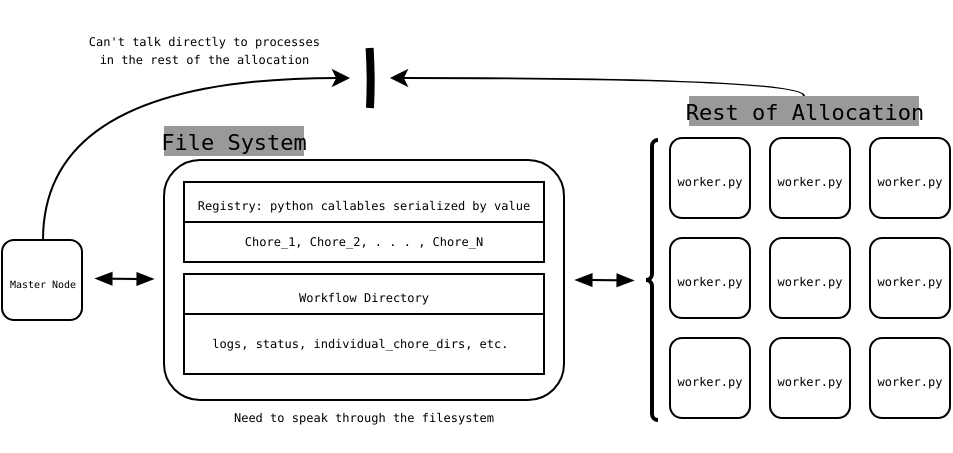
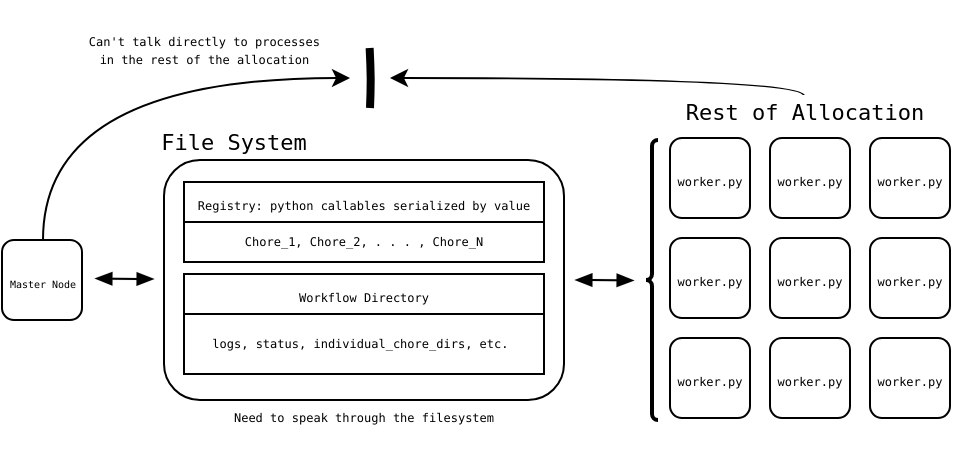
<mxfile host="app.diagrams.net">
  <diagram name="Page-1" id="srKzzdfPfRxAWec0XrL1">
-     <mxGraphModel dx="679" dy="460" grid="1" gridSize="10" guides="1" tooltips="1" connect="1" arrows="1" fold="1" page="1" pageScale="1" pageWidth="850" pageHeight="1100" background="light-dark(#FFFFFF,#FFFFFF)" math="0" shadow="0">
+     <mxGraphModel dx="764" dy="518" grid="1" gridSize="10" guides="1" tooltips="1" connect="1" arrows="1" fold="1" page="1" pageScale="1" pageWidth="850" pageHeight="1100" background="light-dark(#FFFFFF,#FFFFFF)" math="0" shadow="0">
      <root>
        <mxCell id="0" />
        <mxCell id="1" parent="0" />
        <mxCell id="Becst2LBTz6YNq2Ue2FC-52" parent="1" style="rounded=1;whiteSpace=wrap;html=1;fillColor=light-dark(#FFFFFF,#FFFFFF);strokeColor=light-dark(#000000,#1A1A1A);" value="" vertex="1">
          <mxGeometry height="120" width="200" x="267" y="501" as="geometry" />
        </mxCell>
        <mxCell id="Becst2LBTz6YNq2Ue2FC-56" parent="1" style="rounded=1;whiteSpace=wrap;html=1;fillColor=light-dark(#FFFFFF,#FFFFFF);strokeColor=light-dark(#000000,#1A1A1A);" value="" vertex="1">
          <mxGeometry height="40" width="40" x="186" y="541" as="geometry" />
        </mxCell>
-         <mxCell id="Becst2LBTz6YNq2Ue2FC-60" edge="1" parent="1" style="endArrow=none;html=1;rounded=1;strokeColor=light-dark(#000000,#FF3333);strokeWidth=4;edgeStyle=orthogonalEdgeStyle;curved=0;" value="">
+         <mxCell id="Becst2LBTz6YNq2Ue2FC-60" edge="1" parent="1" style="endArrow=none;html=1;rounded=1;strokeColor=light-dark(#000000,#000000);strokeWidth=4;edgeStyle=orthogonalEdgeStyle;curved=0;" value="">
          <mxGeometry height="50" relative="1" width="50" as="geometry">
            <mxPoint x="370" y="475" as="sourcePoint" />
            <mxPoint x="369.82000000000005" y="445" as="targetPoint" />
          </mxGeometry>
        </mxCell>
-         <mxCell id="Becst2LBTz6YNq2Ue2FC-72" edge="1" parent="1" style="shape=flexArrow;endArrow=classic;startArrow=classic;html=1;rounded=0;strokeColor=light-dark(#000000,#00CC00);width=1;startSize=3;startWidth=6;endWidth=6;endSize=3;fillColor=light-dark(#000000,#00CC00);strokeWidth=0;" value="">
+         <mxCell id="Becst2LBTz6YNq2Ue2FC-72" edge="1" parent="1" style="shape=flexArrow;endArrow=classic;startArrow=classic;html=1;rounded=0;strokeColor=light-dark(#000000,#000000);width=1;startSize=3;startWidth=6;endWidth=6;endSize=3;fillColor=light-dark(#000000,#000000);strokeWidth=0;" value="">
          <mxGeometry height="100" relative="1" width="100" as="geometry">
            <mxPoint x="472" y="560.7299999999999" as="sourcePoint" />
            <mxPoint x="502" y="561" as="targetPoint" />
          </mxGeometry>
        </mxCell>
        <mxCell id="Becst2LBTz6YNq2Ue2FC-74" parent="1" style="verticalLabelPosition=bottom;shadow=0;dashed=0;align=center;html=1;verticalAlign=top;strokeWidth=2;shape=mxgraph.mockup.markup.curlyBrace;whiteSpace=wrap;strokeColor=light-dark(#000000,#1A1A1A);rotation=-90;" value="" vertex="1">
          <mxGeometry height="6" width="140" x="441" y="558" as="geometry" />
        </mxCell>
-         <mxCell id="Becst2LBTz6YNq2Ue2FC-75" edge="1" parent="1" style="shape=flexArrow;endArrow=classic;startArrow=classic;html=1;rounded=0;strokeColor=light-dark(#000000,#00CC00);width=1;startSize=3;startWidth=6;endWidth=6;endSize=3;fillColor=light-dark(#000000,#00CC00);strokeWidth=0;" value="">
+         <mxCell id="Becst2LBTz6YNq2Ue2FC-75" edge="1" parent="1" style="shape=flexArrow;endArrow=classic;startArrow=classic;html=1;rounded=0;strokeColor=light-dark(#000000,#000000);width=1;startSize=3;startWidth=6;endWidth=6;endSize=3;fillColor=light-dark(#000000,#000000);strokeWidth=0;" value="">
          <mxGeometry height="100" relative="1" width="100" as="geometry">
            <mxPoint x="232" y="560" as="sourcePoint" />
            <mxPoint x="262" y="560.2700000000001" as="targetPoint" />
          </mxGeometry>
        </mxCell>
-         <mxCell id="Becst2LBTz6YNq2Ue2FC-78" parent="1" style="text;html=1;whiteSpace=wrap;strokeColor=none;fillColor=light-dark(#999999,transparent);align=center;verticalAlign=middle;rounded=0;" value="&lt;pre&gt;&lt;font style=&quot;color: light-dark(rgb(0, 0, 0), rgb(0, 0, 0)); font-size: 11px;&quot;&gt;File System&lt;/font&gt;&lt;/pre&gt;" vertex="1">
+         <mxCell id="Becst2LBTz6YNq2Ue2FC-78" parent="1" style="text;html=1;whiteSpace=wrap;strokeColor=none;fillColor=light-dark(#FFFFFF,#FFFFFF);align=center;verticalAlign=middle;rounded=0;" value="&lt;pre&gt;&lt;font style=&quot;color: light-dark(rgb(0, 0, 0), rgb(0, 0, 0)); font-size: 11px;&quot;&gt;File System&lt;/font&gt;&lt;/pre&gt;" vertex="1">
          <mxGeometry height="15" width="70" x="267" y="484" as="geometry" />
        </mxCell>
        <mxCell id="Becst2LBTz6YNq2Ue2FC-85" parent="1" style="swimlane;fontStyle=0;childLayout=stackLayout;horizontal=1;startSize=20;horizontalStack=0;resizeParent=1;resizeParentMax=0;resizeLast=0;collapsible=1;marginBottom=0;whiteSpace=wrap;html=1;fillColor=light-dark(#FFFFFF,#FFFFFF);strokeColor=light-dark(#000000,#000000);align=center;" value="&lt;pre&gt;&lt;font style=&quot;color: light-dark(rgb(0, 0, 0), rgb(0, 0, 0)); line-height: 0%; font-size: 6px;&quot;&gt;Registry: python callables serialized by value&lt;/font&gt;&lt;/pre&gt;" vertex="1">
          <mxGeometry height="40" width="180" x="277" y="512" as="geometry">
            <mxRectangle height="30" width="200" x="375" y="473" as="alternateBounds" />
          </mxGeometry>
        </mxCell>
        <mxCell id="Becst2LBTz6YNq2Ue2FC-93" parent="1" style="swimlane;fontStyle=0;childLayout=stackLayout;horizontal=1;startSize=20;horizontalStack=0;resizeParent=1;resizeParentMax=0;resizeLast=0;collapsible=1;marginBottom=0;whiteSpace=wrap;html=1;fillColor=light-dark(#FFFFFF,#FFFFFF);strokeColor=light-dark(#000000,#000000);align=center;" value="&lt;pre&gt;&lt;font style=&quot;color: light-dark(rgb(0, 0, 0), rgb(0, 0, 0)); font-size: 6px;&quot;&gt;Workflow Directory&lt;/font&gt;&lt;/pre&gt;" vertex="1">
          <mxGeometry height="50" width="180" x="277" y="558" as="geometry">
            <mxRectangle height="30" width="200" x="375" y="473" as="alternateBounds" />
          </mxGeometry>
        </mxCell>
        <mxCell id="Becst2LBTz6YNq2Ue2FC-96" parent="1" style="text;html=1;whiteSpace=wrap;strokeColor=none;fillColor=none;align=center;verticalAlign=middle;rounded=0;textDirection=ltr;" value="&lt;pre&gt;&lt;font style=&quot;color: light-dark(rgb(0, 0, 0), rgb(0, 0, 0)); font-size: 6px;&quot;&gt;logs, status, individual_chore_dirs, etc.&amp;nbsp;&lt;/font&gt;&lt;/pre&gt;" vertex="1">
          <mxGeometry height="30" width="160" x="287" y="576" as="geometry" />
        </mxCell>
        <mxCell id="RORCqpFKiqUQRN4vatp6-34" edge="1" parent="1" source="Becst2LBTz6YNq2Ue2FC-98" style="edgeStyle=orthogonalEdgeStyle;rounded=0;orthogonalLoop=1;jettySize=auto;html=1;exitX=0.5;exitY=0;exitDx=0;exitDy=0;curved=1;strokeColor=light-dark(#000000,#000000);strokeWidth=1;">
          <mxGeometry relative="1" as="geometry">
            <Array as="points">
              <mxPoint x="587" y="460" />
            </Array>
            <mxPoint x="380" y="460" as="targetPoint" />
          </mxGeometry>
        </mxCell>
-         <mxCell id="Becst2LBTz6YNq2Ue2FC-98" parent="1" style="text;html=1;whiteSpace=wrap;strokeColor=none;fillColor=light-dark(#999999,transparent);align=center;verticalAlign=middle;rounded=0;" value="&lt;pre&gt;&lt;font style=&quot;color: light-dark(rgb(0, 0, 0), rgb(0, 0, 0)); font-size: 11px;&quot;&gt;Rest of Allocation&lt;/font&gt;&lt;/pre&gt;" vertex="1">
+         <mxCell id="Becst2LBTz6YNq2Ue2FC-98" parent="1" style="text;html=1;whiteSpace=wrap;strokeColor=light-dark(#FFFFFF,#FFFFFF);fillColor=light-dark(#FFFFFF,#FFFFFF);align=center;verticalAlign=middle;rounded=0;" value="&lt;pre&gt;&lt;font style=&quot;color: light-dark(rgb(0, 0, 0), rgb(0, 0, 0)); font-size: 11px;&quot;&gt;Rest of Allocation&lt;/font&gt;&lt;/pre&gt;" vertex="1">
          <mxGeometry height="15" width="115" x="529.5" y="469" as="geometry" />
        </mxCell>
        <mxCell id="RORCqpFKiqUQRN4vatp6-33" edge="1" parent="1" source="RORCqpFKiqUQRN4vatp6-28" style="edgeStyle=orthogonalEdgeStyle;rounded=0;orthogonalLoop=1;jettySize=auto;html=1;exitX=0.5;exitY=0;exitDx=0;exitDy=0;curved=1;fontColor=light-dark(#000000,#000000);strokeWidth=1;strokeColor=light-dark(#000000,#000000);">
          <mxGeometry relative="1" as="geometry">
            <Array as="points">
              <mxPoint x="207" y="460" />
            </Array>
            <mxPoint x="360" y="460" as="targetPoint" />
          </mxGeometry>
        </mxCell>
        <mxCell id="RORCqpFKiqUQRN4vatp6-28" parent="1" style="text;html=1;whiteSpace=wrap;strokeColor=none;fillColor=none;align=center;verticalAlign=middle;rounded=0;labelPosition=center;verticalLabelPosition=middle;" value="&lt;pre style=&quot;line-height: 100%;&quot;&gt;&lt;font style=&quot;color: light-dark(rgb(0, 0, 0), rgb(0, 0, 0)); line-height: 0%; font-size: 5px;&quot;&gt;Master Node&lt;/font&gt;&lt;/pre&gt;" vertex="1">
          <mxGeometry height="38" width="39" x="187" y="541" as="geometry" />
        </mxCell>
        <mxCell id="RORCqpFKiqUQRN4vatp6-29" connectable="0" parent="1" style="group" value="" vertex="1">
          <mxGeometry height="140" width="140" x="520" y="490" as="geometry" />
-         </mxCell>
-         <mxCell id="RORCqpFKiqUQRN4vatp6-5" connectable="0" parent="RORCqpFKiqUQRN4vatp6-29" style="group" value="" vertex="1">
-           <mxGeometry height="40" width="40" as="geometry" />
-         </mxCell>
-         <mxCell id="RORCqpFKiqUQRN4vatp6-1" parent="RORCqpFKiqUQRN4vatp6-5" style="rounded=1;whiteSpace=wrap;html=1;fillColor=light-dark(#FFFFFF,#FFFFFF);strokeColor=light-dark(#000000,#1A1A1A);" value="" vertex="1">
-           <mxGeometry height="40" width="40" as="geometry" />
-         </mxCell>
-         <mxCell id="RORCqpFKiqUQRN4vatp6-2" parent="RORCqpFKiqUQRN4vatp6-5" style="text;html=1;whiteSpace=wrap;strokeColor=none;fillColor=none;align=center;verticalAlign=middle;rounded=0;" value="&lt;pre style=&quot;line-height: 0%;&quot;&gt;&lt;font style=&quot;font-size: 6px;&quot;&gt;worker.py&lt;/font&gt;&lt;/pre&gt;" vertex="1">
-           <mxGeometry height="40" width="40" as="geometry" />
        </mxCell>
        <mxCell id="RORCqpFKiqUQRN4vatp6-6" connectable="0" parent="RORCqpFKiqUQRN4vatp6-29" style="group" value="" vertex="1">
          <mxGeometry height="40" width="40" x="50" as="geometry" />
        </mxCell>
        <mxCell id="RORCqpFKiqUQRN4vatp6-3" parent="RORCqpFKiqUQRN4vatp6-6" style="rounded=1;whiteSpace=wrap;html=1;fillColor=light-dark(#FFFFFF,#FFFFFF);strokeColor=light-dark(#000000,#1A1A1A);" value="" vertex="1">
          <mxGeometry height="40" width="40" as="geometry" />
        </mxCell>
        <mxCell id="RORCqpFKiqUQRN4vatp6-4" parent="RORCqpFKiqUQRN4vatp6-6" style="text;html=1;whiteSpace=wrap;strokeColor=none;fillColor=none;align=center;verticalAlign=middle;rounded=0;" value="&lt;pre style=&quot;line-height: 0%;&quot;&gt;&lt;font style=&quot;color: light-dark(rgb(0, 0, 0), rgb(0, 0, 0)); font-size: 6px;&quot;&gt;worker.py&lt;/font&gt;&lt;/pre&gt;" vertex="1">
          <mxGeometry height="40" width="40" as="geometry" />
        </mxCell>
        <mxCell id="RORCqpFKiqUQRN4vatp6-7" connectable="0" parent="RORCqpFKiqUQRN4vatp6-29" style="group" value="" vertex="1">
          <mxGeometry height="40" width="40" x="100" as="geometry" />
        </mxCell>
        <mxCell id="RORCqpFKiqUQRN4vatp6-8" parent="RORCqpFKiqUQRN4vatp6-7" style="rounded=1;whiteSpace=wrap;html=1;fillColor=light-dark(#FFFFFF,#FFFFFF);strokeColor=light-dark(#000000,#1A1A1A);" value="" vertex="1">
          <mxGeometry height="40" width="40" as="geometry" />
        </mxCell>
        <mxCell id="RORCqpFKiqUQRN4vatp6-9" parent="RORCqpFKiqUQRN4vatp6-7" style="text;html=1;whiteSpace=wrap;strokeColor=none;fillColor=none;align=center;verticalAlign=middle;rounded=0;" value="&lt;pre style=&quot;line-height: 0%;&quot;&gt;&lt;font style=&quot;color: light-dark(rgb(0, 0, 0), rgb(0, 0, 0)); font-size: 6px;&quot;&gt;worker.py&lt;/font&gt;&lt;/pre&gt;" vertex="1">
          <mxGeometry height="40" width="40" as="geometry" />
        </mxCell>
        <mxCell id="RORCqpFKiqUQRN4vatp6-10" connectable="0" parent="RORCqpFKiqUQRN4vatp6-29" style="group" value="" vertex="1">
          <mxGeometry height="40" width="40" y="50" as="geometry" />
        </mxCell>
        <mxCell id="RORCqpFKiqUQRN4vatp6-11" parent="RORCqpFKiqUQRN4vatp6-10" style="rounded=1;whiteSpace=wrap;html=1;fillColor=light-dark(#FFFFFF,#FFFFFF);strokeColor=light-dark(#000000,#1A1A1A);" value="" vertex="1">
          <mxGeometry height="40" width="40" as="geometry" />
        </mxCell>
        <mxCell id="RORCqpFKiqUQRN4vatp6-12" parent="RORCqpFKiqUQRN4vatp6-10" style="text;html=1;whiteSpace=wrap;strokeColor=none;fillColor=none;align=center;verticalAlign=middle;rounded=0;" value="&lt;pre style=&quot;line-height: 0%;&quot;&gt;&lt;font style=&quot;color: light-dark(rgb(0, 0, 0), rgb(0, 0, 0)); font-size: 6px;&quot;&gt;worker.py&lt;/font&gt;&lt;/pre&gt;" vertex="1">
          <mxGeometry height="40" width="40" as="geometry" />
        </mxCell>
        <mxCell id="RORCqpFKiqUQRN4vatp6-13" connectable="0" parent="RORCqpFKiqUQRN4vatp6-29" style="group" value="" vertex="1">
          <mxGeometry height="40" width="40" x="50" y="50" as="geometry" />
        </mxCell>
        <mxCell id="RORCqpFKiqUQRN4vatp6-14" parent="RORCqpFKiqUQRN4vatp6-13" style="rounded=1;whiteSpace=wrap;html=1;fillColor=light-dark(#FFFFFF,#FFFFFF);strokeColor=light-dark(#000000,#1A1A1A);" value="" vertex="1">
          <mxGeometry height="40" width="40" as="geometry" />
        </mxCell>
        <mxCell id="RORCqpFKiqUQRN4vatp6-15" parent="RORCqpFKiqUQRN4vatp6-13" style="text;html=1;whiteSpace=wrap;strokeColor=none;fillColor=none;align=center;verticalAlign=middle;rounded=0;" value="&lt;pre style=&quot;line-height: 0%;&quot;&gt;&lt;font style=&quot;color: light-dark(rgb(0, 0, 0), rgb(0, 0, 0)); font-size: 6px;&quot;&gt;worker.py&lt;/font&gt;&lt;/pre&gt;" vertex="1">
          <mxGeometry height="40" width="40" as="geometry" />
        </mxCell>
        <mxCell id="RORCqpFKiqUQRN4vatp6-16" connectable="0" parent="RORCqpFKiqUQRN4vatp6-29" style="group" value="" vertex="1">
          <mxGeometry height="40" width="40" x="100" y="50" as="geometry" />
        </mxCell>
        <mxCell id="RORCqpFKiqUQRN4vatp6-17" parent="RORCqpFKiqUQRN4vatp6-16" style="rounded=1;whiteSpace=wrap;html=1;fillColor=light-dark(#FFFFFF,#FFFFFF);strokeColor=light-dark(#000000,#1A1A1A);" value="" vertex="1">
          <mxGeometry height="40" width="40" as="geometry" />
        </mxCell>
        <mxCell id="RORCqpFKiqUQRN4vatp6-18" parent="RORCqpFKiqUQRN4vatp6-16" style="text;html=1;whiteSpace=wrap;strokeColor=none;fillColor=none;align=center;verticalAlign=middle;rounded=0;" value="&lt;pre style=&quot;line-height: 0%;&quot;&gt;&lt;font style=&quot;color: light-dark(rgb(0, 0, 0), rgb(0, 0, 0)); font-size: 6px;&quot;&gt;worker.py&lt;/font&gt;&lt;/pre&gt;" vertex="1">
          <mxGeometry height="40" width="40" as="geometry" />
        </mxCell>
        <mxCell id="RORCqpFKiqUQRN4vatp6-19" connectable="0" parent="RORCqpFKiqUQRN4vatp6-29" style="group" value="" vertex="1">
          <mxGeometry height="40" width="40" y="100" as="geometry" />
        </mxCell>
        <mxCell id="RORCqpFKiqUQRN4vatp6-20" parent="RORCqpFKiqUQRN4vatp6-19" style="rounded=1;whiteSpace=wrap;html=1;fillColor=light-dark(#FFFFFF,#FFFFFF);strokeColor=light-dark(#000000,#1A1A1A);" value="" vertex="1">
          <mxGeometry height="40" width="40" as="geometry" />
        </mxCell>
        <mxCell id="RORCqpFKiqUQRN4vatp6-21" parent="RORCqpFKiqUQRN4vatp6-19" style="text;html=1;whiteSpace=wrap;strokeColor=none;fillColor=none;align=center;verticalAlign=middle;rounded=0;" value="&lt;pre style=&quot;line-height: 0%;&quot;&gt;&lt;font style=&quot;color: light-dark(rgb(0, 0, 0), rgb(0, 0, 0)); font-size: 6px;&quot;&gt;worker.py&lt;/font&gt;&lt;/pre&gt;" vertex="1">
          <mxGeometry height="40" width="40" as="geometry" />
        </mxCell>
        <mxCell id="RORCqpFKiqUQRN4vatp6-22" connectable="0" parent="RORCqpFKiqUQRN4vatp6-29" style="group" value="" vertex="1">
          <mxGeometry height="40" width="40" x="50" y="100" as="geometry" />
        </mxCell>
        <mxCell id="RORCqpFKiqUQRN4vatp6-23" parent="RORCqpFKiqUQRN4vatp6-22" style="rounded=1;whiteSpace=wrap;html=1;fillColor=light-dark(#FFFFFF,#FFFFFF);strokeColor=light-dark(#000000,#1A1A1A);" value="" vertex="1">
          <mxGeometry height="40" width="40" as="geometry" />
        </mxCell>
        <mxCell id="RORCqpFKiqUQRN4vatp6-24" parent="RORCqpFKiqUQRN4vatp6-22" style="text;html=1;whiteSpace=wrap;strokeColor=none;fillColor=none;align=center;verticalAlign=middle;rounded=0;" value="&lt;pre style=&quot;line-height: 0%;&quot;&gt;&lt;font style=&quot;color: light-dark(rgb(0, 0, 0), rgb(0, 0, 0)); font-size: 6px;&quot;&gt;worker.py&lt;/font&gt;&lt;/pre&gt;" vertex="1">
          <mxGeometry height="40" width="40" as="geometry" />
        </mxCell>
        <mxCell id="RORCqpFKiqUQRN4vatp6-25" connectable="0" parent="RORCqpFKiqUQRN4vatp6-29" style="group" value="" vertex="1">
          <mxGeometry height="40" width="40" x="100" y="100" as="geometry" />
        </mxCell>
        <mxCell id="RORCqpFKiqUQRN4vatp6-26" parent="RORCqpFKiqUQRN4vatp6-25" style="rounded=1;whiteSpace=wrap;html=1;fillColor=light-dark(#FFFFFF,#FFFFFF);strokeColor=light-dark(#000000,#1A1A1A);" value="" vertex="1">
          <mxGeometry height="40" width="40" as="geometry" />
        </mxCell>
        <mxCell id="RORCqpFKiqUQRN4vatp6-27" parent="RORCqpFKiqUQRN4vatp6-25" style="text;html=1;whiteSpace=wrap;strokeColor=none;fillColor=none;align=center;verticalAlign=middle;rounded=0;" value="&lt;pre style=&quot;line-height: 0%;&quot;&gt;&lt;font style=&quot;color: light-dark(rgb(0, 0, 0), rgb(0, 0, 0)); font-size: 6px;&quot;&gt;worker.py&lt;/font&gt;&lt;/pre&gt;" vertex="1">
          <mxGeometry height="40" width="40" as="geometry" />
        </mxCell>
+         <mxCell id="4fXL_VgZo31Vtxo2UTNC-5" connectable="0" parent="RORCqpFKiqUQRN4vatp6-29" style="group" value="" vertex="1">
+           <mxGeometry height="40" width="40" as="geometry" />
+         </mxCell>
+         <mxCell id="4fXL_VgZo31Vtxo2UTNC-6" parent="4fXL_VgZo31Vtxo2UTNC-5" style="rounded=1;whiteSpace=wrap;html=1;fillColor=light-dark(#FFFFFF,#FFFFFF);strokeColor=light-dark(#000000,#1A1A1A);" value="" vertex="1">
+           <mxGeometry height="40" width="40" as="geometry" />
+         </mxCell>
+         <mxCell id="4fXL_VgZo31Vtxo2UTNC-7" parent="4fXL_VgZo31Vtxo2UTNC-5" style="text;html=1;whiteSpace=wrap;strokeColor=none;fillColor=none;align=center;verticalAlign=middle;rounded=0;" value="&lt;pre style=&quot;line-height: 0%;&quot;&gt;&lt;font style=&quot;color: light-dark(rgb(0, 0, 0), rgb(0, 0, 0)); font-size: 6px;&quot;&gt;worker.py&lt;/font&gt;&lt;/pre&gt;" vertex="1">
+           <mxGeometry height="40" width="40" as="geometry" />
+         </mxCell>
        <mxCell id="RORCqpFKiqUQRN4vatp6-32" parent="1" style="text;html=1;whiteSpace=wrap;strokeColor=none;fillColor=none;align=center;verticalAlign=middle;rounded=0;textDirection=ltr;" value="&lt;pre&gt;&lt;font style=&quot;color: light-dark(rgb(0, 0, 0), rgb(0, 0, 0));&quot;&gt;&lt;span style=&quot;font-size: 6px;&quot;&gt;Chore_1, Chore_2, . . . , Chore_N&lt;/span&gt;&lt;/font&gt;&lt;/pre&gt;" vertex="1">
          <mxGeometry height="20" width="160" x="287" y="530" as="geometry" />
        </mxCell>
        <mxCell id="RORCqpFKiqUQRN4vatp6-40" parent="1" style="text;html=1;whiteSpace=wrap;strokeColor=none;fillColor=none;align=center;verticalAlign=middle;rounded=0;" value="&lt;pre&gt;&lt;font style=&quot;color: light-dark(rgb(0, 0, 0), rgb(0, 0, 0)); line-height: 0%; font-size: 6px;&quot;&gt;Need to speak through the filesystem&lt;/font&gt;&lt;/pre&gt;" vertex="1">
          <mxGeometry height="11" width="136" x="299" y="622" as="geometry" />
        </mxCell>
        <mxCell id="4fXL_VgZo31Vtxo2UTNC-4" connectable="0" parent="1" style="group" value="" vertex="1">
          <mxGeometry height="24" width="124" x="227" y="430" as="geometry" />
        </mxCell>
        <mxCell id="RORCqpFKiqUQRN4vatp6-37" parent="4fXL_VgZo31Vtxo2UTNC-4" style="text;html=1;whiteSpace=wrap;strokeColor=none;fillColor=none;align=center;verticalAlign=middle;rounded=0;" value="&lt;pre&gt;&lt;font style=&quot;color: light-dark(rgb(0, 0, 0), rgb(0, 0, 0)); line-height: 0%; font-size: 6px;&quot;&gt;Can&#39;t talk directly to processes &lt;br&gt;&lt;/font&gt;&lt;/pre&gt;" vertex="1">
          <mxGeometry height="20" width="124" as="geometry" />
        </mxCell>
        <mxCell id="4fXL_VgZo31Vtxo2UTNC-3" parent="4fXL_VgZo31Vtxo2UTNC-4" style="text;html=1;whiteSpace=wrap;strokeColor=none;fillColor=none;align=center;verticalAlign=middle;rounded=0;" value="&lt;pre&gt;&lt;font style=&quot;color: light-dark(rgb(0, 0, 0), rgb(0, 0, 0)); line-height: 0px; font-size: 6px;&quot;&gt;in the rest of the allocation&amp;nbsp;&lt;/font&gt;&lt;/pre&gt;" vertex="1">
          <mxGeometry height="10" width="110" x="7" y="14" as="geometry" />
        </mxCell>
      </root>
    </mxGraphModel>
  </diagram>
</mxfile>
